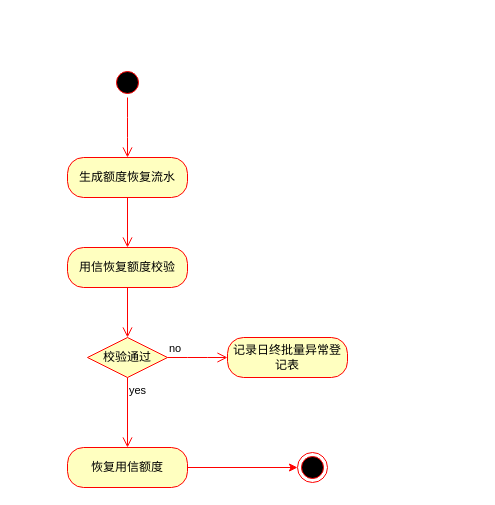
Earlier version of the draw.io diagram page "批量恢复合同额度" (1 of 4) of Untitled Diagram.drawio (MinDaHu/UML). Source tidied: cells renumbered, new cells numbered last; positions are measured from the earlier drawing's top-left corner, leaving out a move shared by most shapes. Both pictures are drawn from the tidied source at 100%, with x=0, y=0 at pixel (67, 67).
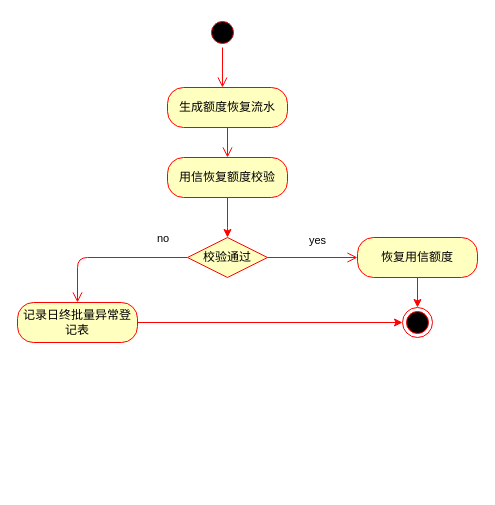
After the change.

Change to the diagram source:
```diff
@@
 <mxGraphModel>
   <root>
     <mxCell id="0" />
     <mxCell id="1" parent="0" />
     <mxCell id="2" style="ellipse;html=1;shape=startState;fillColor=#000000;strokeColor=#ff0000;" parent="1" vertex="1">
-      <mxGeometry x="45" width="30" height="30" as="geometry" />
+      <mxGeometry x="140" y="-50" width="30" height="30" as="geometry" />
     </mxCell>
-    <mxCell id="3" style="edgeStyle=orthogonalEdgeStyle;html=1;verticalAlign=bottom;endArrow=open;endSize=8;strokeColor=#ff0000;" parent="1" edge="1" source="2">
-      <mxGeometry relative="1" as="geometry">
-        <mxPoint x="60" y="90" as="targetPoint" />
-      </mxGeometry>
+    <mxCell id="3" style="edgeStyle=orthogonalEdgeStyle;html=1;verticalAlign=bottom;endArrow=open;endSize=8;strokeColor=#ff0000;entryX=0.458;entryY=0;entryDx=0;entryDy=0;entryPerimeter=0;" parent="1" edge="1" source="2" target="4">
+      <mxGeometry relative="1" as="geometry" />
     </mxCell>
     <mxCell id="4" value="生成额度恢复流水" style="rounded=1;whiteSpace=wrap;html=1;arcSize=40;fontColor=#000000;fillColor=#ffffc0;strokeColor=#ff0000;" parent="1" vertex="1">
-      <mxGeometry y="90" width="120" height="40" as="geometry" />
+      <mxGeometry x="100" y="20" width="120" height="40" as="geometry" />
     </mxCell>
-    <mxCell id="5" style="edgeStyle=orthogonalEdgeStyle;html=1;verticalAlign=bottom;endArrow=open;endSize=8;strokeColor=#ff0000;entryX=0.5;entryY=0;entryDx=0;entryDy=0;" parent="1" edge="1" source="4" target="6">
+    <mxCell id="5" style="edgeStyle=orthogonalEdgeStyle;html=1;verticalAlign=bottom;endArrow=open;endSize=8;strokeColor=#ff0000;entryX=0.5;entryY=0;entryDx=0;entryDy=0;exitX=0.5;exitY=1;exitDx=0;exitDy=0;" parent="1" edge="1" source="4" target="6">
       <mxGeometry relative="1" as="geometry" />
     </mxCell>
+    <mxCell id="10" style="edgeStyle=orthogonalEdgeStyle;rounded=0;jettySize=auto;html=1;entryX=0.5;entryY=0;entryDx=0;entryDy=0;strokeColor=#FF0000;align=left;" parent="1" edge="1" source="6" target="7">
+      <mxGeometry relative="1" as="geometry">
+        <Array as="points">
+          <mxPoint x="160" y="160" />
+          <mxPoint x="160" y="160" />
+        </Array>
+      </mxGeometry>
+    </mxCell>
     <mxCell id="6" value="用信恢复额度校验" style="rounded=1;whiteSpace=wrap;html=1;arcSize=40;fontColor=#000000;fillColor=#ffffc0;strokeColor=#ff0000;" parent="1" vertex="1">
-      <mxGeometry y="180" width="120" height="40" as="geometry" />
+      <mxGeometry x="100" y="90" width="120" height="40" as="geometry" />
     </mxCell>
     <mxCell id="7" value="校验通过" style="rhombus;whiteSpace=wrap;html=1;fillColor=#ffffc0;strokeColor=#ff0000;" parent="1" vertex="1">
-      <mxGeometry x="20" y="270" width="80" height="40" as="geometry" />
+      <mxGeometry x="120" y="170" width="80" height="40" as="geometry" />
     </mxCell>
-    <mxCell id="8" value="no" style="edgeStyle=orthogonalEdgeStyle;html=1;align=left;verticalAlign=bottom;endArrow=open;endSize=8;strokeColor=#ff0000;" parent="1" edge="1" source="7">
-      <mxGeometry x="-1" relative="1" as="geometry">
-        <mxPoint x="160" y="290" as="targetPoint" />
-      </mxGeometry>
+    <mxCell id="8" value="no" style="edgeStyle=orthogonalEdgeStyle;html=1;align=left;verticalAlign=bottom;endArrow=open;endSize=8;strokeColor=#ff0000;entryX=0.5;entryY=0;entryDx=0;entryDy=0;" parent="1" edge="1" source="7" target="13">
+      <mxGeometry x="-0.59" y="-10" relative="1" as="geometry" />
     </mxCell>
-    <mxCell id="9" value="yes" style="edgeStyle=orthogonalEdgeStyle;html=1;align=left;verticalAlign=top;endArrow=open;endSize=8;strokeColor=#ff0000;entryX=0.5;entryY=0;entryDx=0;entryDy=0;" parent="1" edge="1" source="7" target="12">
-      <mxGeometry x="-1" relative="1" as="geometry" />
+    <mxCell id="9" value="yes" style="edgeStyle=orthogonalEdgeStyle;html=1;align=left;verticalAlign=top;endArrow=open;endSize=8;strokeColor=#ff0000;" parent="1" edge="1" source="7" target="12">
+      <mxGeometry x="-0.11" y="30" relative="1" as="geometry" />
     </mxCell>
-    <mxCell id="10" style="edgeStyle=orthogonalEdgeStyle;html=1;verticalAlign=bottom;endArrow=open;endSize=8;strokeColor=#ff0000;exitX=0.5;exitY=1;exitDx=0;exitDy=0;" parent="1" edge="1" source="6" target="7">
-      <mxGeometry relative="1" as="geometry">
-        <Array as="points">
-          <mxPoint x="60" y="270" />
-          <mxPoint x="60" y="270" />
-        </Array>
-      </mxGeometry>
-    </mxCell>
-    <mxCell id="11" style="edgeStyle=orthogonalEdgeStyle;rounded=0;jettySize=auto;html=1;fillColor=#f8cecc;strokeColor=#FF0000;exitX=1;exitY=0.5;exitDx=0;exitDy=0;" parent="1" edge="1" source="12" target="14">
+    <mxCell id="11" style="edgeStyle=orthogonalEdgeStyle;rounded=0;jettySize=auto;html=1;fillColor=#f8cecc;strokeColor=#FF0000;exitX=0.5;exitY=1;exitDx=0;exitDy=0;" parent="1" edge="1" source="12" target="14">
       <mxGeometry relative="1" as="geometry" />
     </mxCell>
     <mxCell id="12" value="恢复用信额度" style="rounded=1;whiteSpace=wrap;html=1;arcSize=40;fontColor=#000000;fillColor=#ffffc0;strokeColor=#ff0000;" parent="1" vertex="1">
-      <mxGeometry y="380" width="120" height="40" as="geometry" />
+      <mxGeometry x="290" y="170" width="120" height="40" as="geometry" />
     </mxCell>
+    <mxCell id="15" style="edgeStyle=orthogonalEdgeStyle;rounded=0;jettySize=auto;html=1;entryX=0;entryY=0.5;entryDx=0;entryDy=0;strokeColor=#FF0000;align=left;" parent="1" edge="1" source="13" target="14">
+      <mxGeometry relative="1" as="geometry" />
+    </mxCell>
     <mxCell id="13" value="记录日终批量异常登记表" style="rounded=1;whiteSpace=wrap;html=1;arcSize=40;fontColor=#000000;fillColor=#ffffc0;strokeColor=#ff0000;" parent="1" vertex="1">
-      <mxGeometry x="160" y="270" width="120" height="40" as="geometry" />
+      <mxGeometry x="-50" y="235" width="120" height="40" as="geometry" />
     </mxCell>
     <mxCell id="14" style="ellipse;html=1;shape=endState;fillColor=#000000;strokeColor=#ff0000;" parent="1" vertex="1">
-      <mxGeometry x="230" y="385" width="30" height="30" as="geometry" />
+      <mxGeometry x="335" y="240" width="30" height="30" as="geometry" />
     </mxCell>
   </root>
 </mxGraphModel>
```
